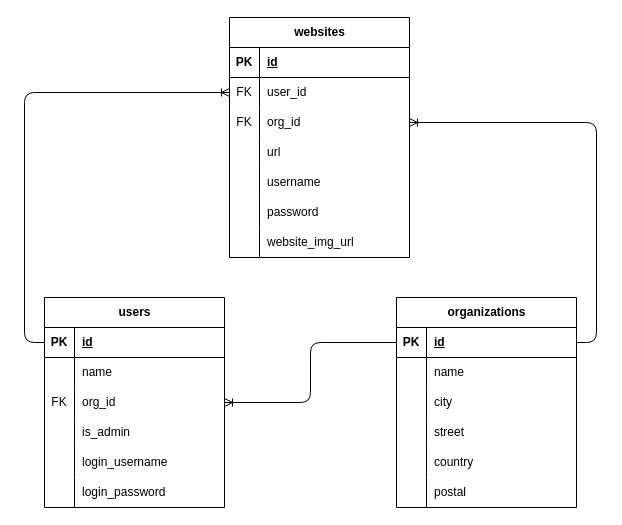
Before: page "ERD" (2 of 2) of wireframe_erd.drawio in irohunk/vault-pass, a draw.io diagram. Source tidied: cells renumbered, new cells numbered last; positions are measured from the earlier drawing's top-left corner, leaving out a move shared by most shapes. Both pictures are drawn from the tidied source at 100%, with x=0, y=0 at pixel (44, 17).
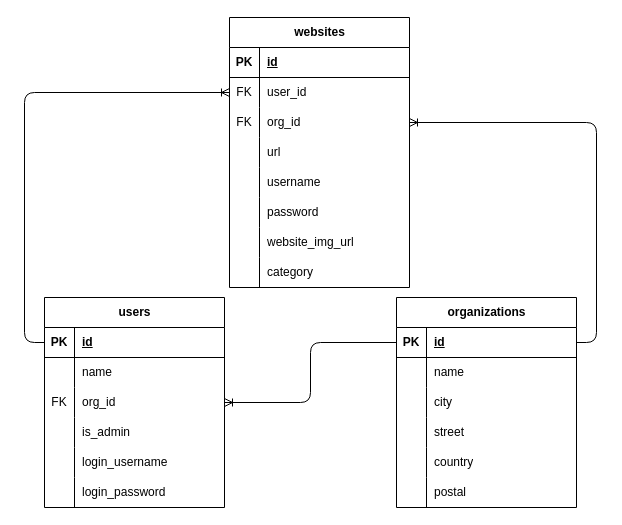
The same diagram, later.

Change to the diagram source:
```diff
@@
     <mxCell id="42" value="websites" style="shape=table;startSize=30;childLayout=tableLayout;rowLines=0;fontStyle=1;align=center;html=1;" parent="1" vertex="1">
-      <mxGeometry x="185" width="180" height="240" as="geometry" />
+      <mxGeometry x="185" width="180" height="270" as="geometry" />
     </mxCell>
@@
+    <mxCell id="65" style="shape=tableRow;horizontal=0;startSize=0;swimlaneHead=0;swimlaneBody=0;fillColor=none;top=0;left=0;right=0;bottom=0;" parent="42" vertex="1">
+      <mxGeometry y="240" width="180" height="30" as="geometry" />
+    </mxCell>
+    <mxCell id="66" style="shape=partialRectangle;fillColor=none;top=0;left=0;bottom=0;right=0;overflow=hidden;whiteSpace=wrap;html=1;" parent="65" vertex="1">
+      <mxGeometry width="30" height="30" as="geometry" />
+    </mxCell>
+    <mxCell id="67" value="category" style="shape=partialRectangle;fillColor=none;top=0;left=0;bottom=0;right=0;align=left;spacingLeft=6;overflow=hidden;whiteSpace=wrap;html=1;" parent="65" vertex="1">
+      <mxGeometry x="30" width="150" height="30" as="geometry" />
+    </mxCell>
```
